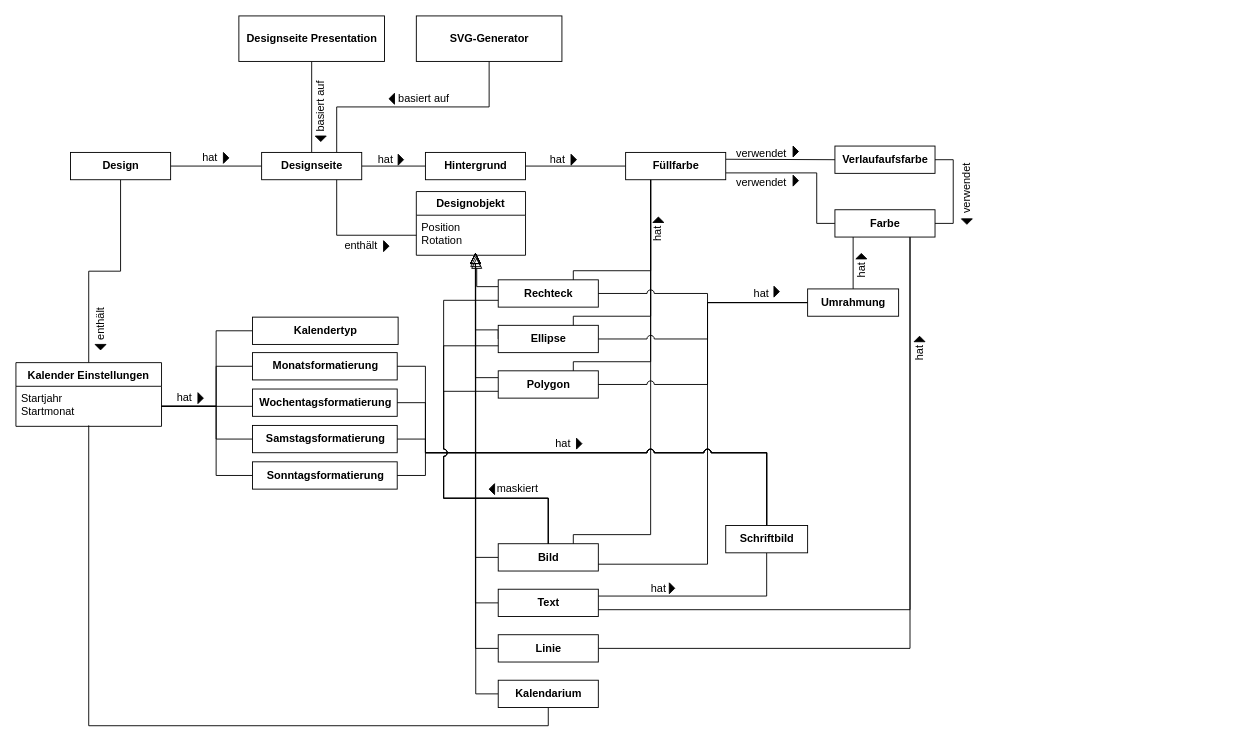
The draw.io diagram page "Design" (2 of 5) of Arbeit/diagrams/Soll-Architektur/DomainModel.drawio in albreax/Diplomarbeit, before the edit. Source tidied: cells renumbered, new cells numbered last; positions are measured from the earlier drawing's top-left corner, leaving out a move shared by most shapes. Both pictures are drawn from the tidied source at 91%, with x=0, y=0 at pixel (15, 15).
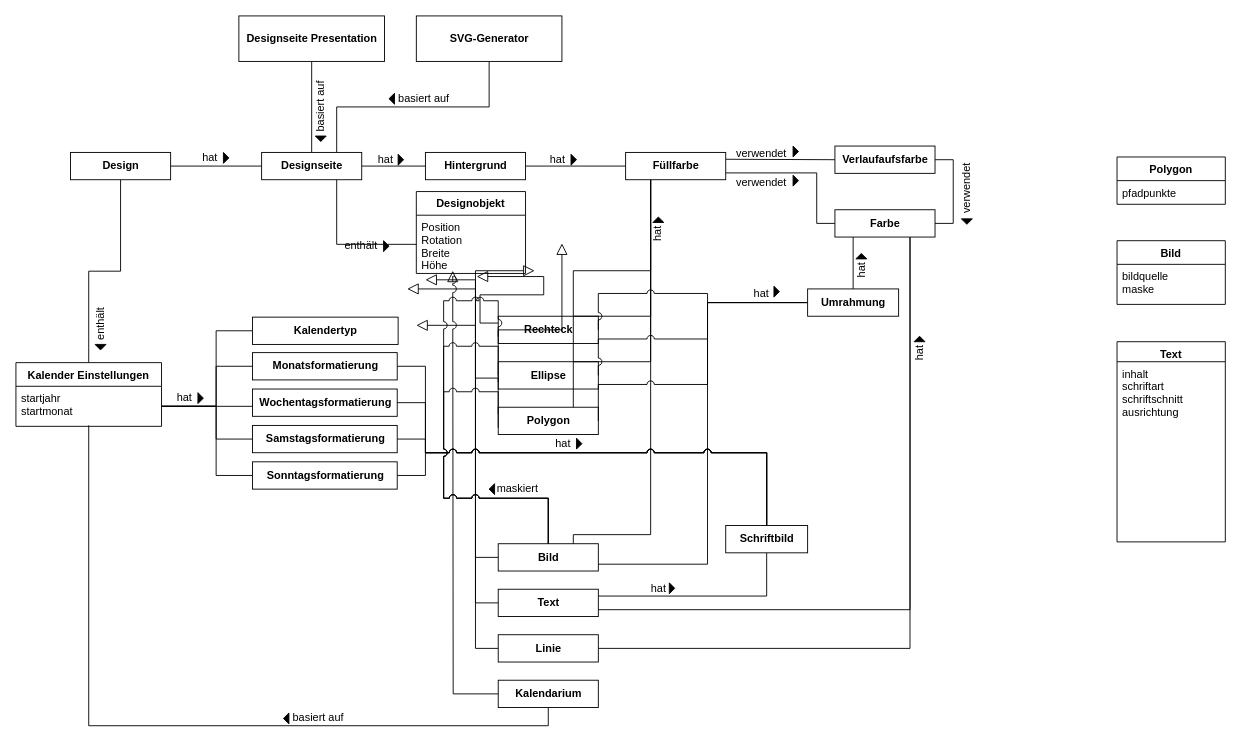
Above is the later version.

Unchanged cells that the change refers to:
```xml
<mxCell id="26" value="&lt;span&gt;Linie&lt;/span&gt;" style="html=1;fontStyle=1;" parent="1" vertex="1">
  <mxGeometry x="530" y="680" width="110" height="30" as="geometry" />
</mxCell>
<mxCell id="31" value="Text" style="html=1;fontStyle=1;" parent="1" vertex="1">
  <mxGeometry x="530" y="630" width="110" height="30" as="geometry" />
</mxCell>
<mxCell id="33" value="Bild" style="html=1;fontStyle=1;" parent="1" vertex="1">
  <mxGeometry x="530" y="580" width="110" height="30" as="geometry" />
</mxCell>
<mxCell id="70" value="&lt;span&gt;Kalendarium&lt;/span&gt;" style="html=1;fontStyle=1;" parent="1" vertex="1">
  <mxGeometry x="530" y="730" width="110" height="30" as="geometry" />
</mxCell>
<mxCell id="71" value="Kalender Einstellungen" style="swimlane;fontStyle=1;align=center;verticalAlign=top;horizontal=1;startSize=26;" parent="1" vertex="1">
  <mxGeometry y="381" width="160" height="70" as="geometry" />
</mxCell>
```

The edit, as a diff of the source:
```diff
@@
     <mxCell id="22" value="&lt;b&gt;Rechteck&lt;/b&gt;" style="html=1;" parent="1" vertex="1">
-      <mxGeometry x="530" y="290" width="110" height="30" as="geometry" />
+      <mxGeometry x="530" y="330" width="110" height="30" as="geometry" />
     </mxCell>
-    <mxCell id="23" style="edgeStyle=orthogonalEdgeStyle;rounded=0;jettySize=auto;html=1;exitX=0;exitY=0.5;exitDx=0;exitDy=0;entryX=0.5;entryY=1;entryDx=0;entryDy=0;startArrow=none;startFill=0;endArrow=block;endFill=0;endSize=10;" parent="1" edge="1" source="24">
+    <mxCell id="23" style="edgeStyle=orthogonalEdgeStyle;rounded=0;jettySize=auto;html=1;exitX=0;exitY=0.5;exitDx=0;exitDy=0;startArrow=none;startFill=0;endArrow=block;endFill=0;endSize=10;" parent="1" edge="1" source="24">
       <mxGeometry relative="1" as="geometry">
-        <mxPoint x="505" y="260" as="targetPoint" />
+        <mxPoint x="600" y="250" as="targetPoint" />
         <Array as="points">
-          <mxPoint x="505" y="345" />
+          <mxPoint x="530" y="345" />
+          <mxPoint x="600" y="345" />
         </Array>
       </mxGeometry>
     </mxCell>
     <mxCell id="24" value="&lt;b&gt;Ellipse&lt;/b&gt;" style="html=1;" parent="1" vertex="1">
-      <mxGeometry x="530" y="340" width="110" height="30" as="geometry" />
+      <mxGeometry x="530" y="380" width="110" height="30" as="geometry" />
     </mxCell>
-    <mxCell id="25" style="edgeStyle=orthogonalEdgeStyle;rounded=0;jettySize=auto;html=1;exitX=0;exitY=0.5;exitDx=0;exitDy=0;entryX=0.5;entryY=1;entryDx=0;entryDy=0;startArrow=none;startFill=0;endArrow=block;endFill=0;endSize=10;" parent="1" edge="1" source="26">
+    <mxCell id="25" style="edgeStyle=orthogonalEdgeStyle;rounded=0;jettySize=auto;html=1;exitX=0;exitY=0.5;exitDx=0;exitDy=0;startArrow=none;startFill=0;endArrow=block;endFill=0;endSize=10;" parent="1" edge="1" source="26">
       <mxGeometry relative="1" as="geometry">
-        <mxPoint x="505" y="260" as="targetPoint" />
+        <mxPoint x="440" y="340" as="targetPoint" />
         <Array as="points">
           <mxPoint x="505" y="695" />
         </Array>
       </mxGeometry>
     </mxCell>
@@
-    <mxCell id="27" style="edgeStyle=orthogonalEdgeStyle;rounded=0;jettySize=auto;html=1;exitX=0;exitY=0.25;exitDx=0;exitDy=0;entryX=0.5;entryY=1;entryDx=0;entryDy=0;startArrow=none;startFill=0;endArrow=block;endFill=0;endSize=10;" parent="1" edge="1" source="28">
+    <mxCell id="27" style="edgeStyle=orthogonalEdgeStyle;rounded=0;jettySize=auto;html=1;exitX=0;exitY=0.25;exitDx=0;exitDy=0;startArrow=none;startFill=0;endArrow=block;endFill=0;endSize=10;" parent="1" edge="1" source="28">
       <mxGeometry relative="1" as="geometry">
-        <mxPoint x="505" y="260" as="targetPoint" />
+        <mxPoint x="570" y="280" as="targetPoint" />
         <Array as="points">
           <mxPoint x="505" y="398" />
         </Array>
       </mxGeometry>
     </mxCell>
     <mxCell id="28" value="Polygon" style="html=1;fontStyle=1;" parent="1" vertex="1">
-      <mxGeometry x="530" y="390" width="110" height="30" as="geometry" />
+      <mxGeometry x="530" y="430" width="110" height="30" as="geometry" />
     </mxCell>
-    <mxCell id="29" style="edgeStyle=orthogonalEdgeStyle;rounded=0;jettySize=auto;html=1;exitX=0;exitY=0.5;exitDx=0;exitDy=0;entryX=0.5;entryY=1;entryDx=0;entryDy=0;startArrow=none;startFill=0;endArrow=block;endFill=0;endSize=10;" parent="1" edge="1" source="31">
+    <mxCell id="29" style="edgeStyle=orthogonalEdgeStyle;rounded=0;jettySize=auto;html=1;exitX=0;exitY=0.5;exitDx=0;exitDy=0;startArrow=none;startFill=0;endArrow=block;endFill=0;endSize=10;" parent="1" edge="1" source="31">
       <mxGeometry relative="1" as="geometry">
-        <mxPoint x="505" y="260" as="targetPoint" />
+        <mxPoint x="450" y="290" as="targetPoint" />
         <Array as="points">
           <mxPoint x="505" y="645" />
         </Array>
       </mxGeometry>
     </mxCell>
@@
-    <mxCell id="32" style="edgeStyle=orthogonalEdgeStyle;rounded=0;jettySize=auto;html=1;exitX=0;exitY=0.5;exitDx=0;exitDy=0;entryX=0.5;entryY=1;entryDx=0;entryDy=0;startArrow=none;startFill=0;endArrow=block;endFill=0;endSize=10;" parent="1" edge="1" source="33">
+    <mxCell id="32" style="edgeStyle=orthogonalEdgeStyle;rounded=0;jettySize=auto;html=1;exitX=0;exitY=0.5;exitDx=0;exitDy=0;startArrow=none;startFill=0;endArrow=block;endFill=0;endSize=10;" parent="1" edge="1" source="33">
       <mxGeometry relative="1" as="geometry">
-        <mxPoint x="505" y="260" as="targetPoint" />
+        <mxPoint x="430" y="300" as="targetPoint" />
         <Array as="points">
           <mxPoint x="505" y="595" />
         </Array>
       </mxGeometry>
     </mxCell>
@@
-    <mxCell id="68" style="edgeStyle=orthogonalEdgeStyle;rounded=0;jumpStyle=arc;jumpSize=8;jettySize=auto;html=1;exitX=0;exitY=0.5;exitDx=0;exitDy=0;entryX=0.544;entryY=1.008;entryDx=0;entryDy=0;startArrow=none;startFill=0;endArrow=block;endFill=0;endSize=10;entryPerimeter=0;" parent="1" edge="1" source="70" target="105">
-      <mxGeometry relative="1" as="geometry" />
+    <mxCell id="68" style="edgeStyle=orthogonalEdgeStyle;rounded=0;jumpStyle=arc;jumpSize=8;jettySize=auto;html=1;exitX=0;exitY=0.5;exitDx=0;exitDy=0;startArrow=none;startFill=0;endArrow=block;endFill=0;endSize=10;" parent="1" edge="1" source="70">
+      <mxGeometry relative="1" as="geometry">
+        <mxPoint x="480" y="280" as="targetPoint" />
+      </mxGeometry>
     </mxCell>
@@
-    <mxCell id="72" value="Startjahr&#10;Startmonat" style="text;strokeColor=none;fillColor=none;align=left;verticalAlign=top;spacingLeft=4;spacingRight=4;overflow=hidden;points=[[0,0.5],[1,0.5]];portConstraint=eastwest;" parent="71" vertex="1">
+    <mxCell id="72" value="startjahr&#10;startmonat" style="text;strokeColor=none;fillColor=none;align=left;verticalAlign=top;spacingLeft=4;spacingRight=4;overflow=hidden;points=[[0,0.5],[1,0.5]];portConstraint=eastwest;" parent="71" vertex="1">
       <mxGeometry y="26" width="160" height="44" as="geometry" />
     </mxCell>
@@
     <mxCell id="104" value="Designobjekt" style="swimlane;fontStyle=1;align=center;verticalAlign=top;horizontal=1;startSize=26;" parent="1" vertex="1">
-      <mxGeometry x="440" y="193" width="120" height="70" as="geometry" />
+      <mxGeometry x="440" y="193" width="120" height="90" as="geometry" />
     </mxCell>
-    <mxCell id="105" value="Position&#10;Rotation" style="text;strokeColor=none;fillColor=none;align=left;verticalAlign=top;spacingLeft=4;spacingRight=4;overflow=hidden;points=[[0,0.5],[1,0.5]];portConstraint=eastwest;" parent="104" vertex="1">
-      <mxGeometry y="26" width="120" height="44" as="geometry" />
+    <mxCell id="105" value="Position&#10;Rotation&#10;Breite&#10;Höhe" style="text;strokeColor=none;fillColor=none;align=left;verticalAlign=top;spacingLeft=4;spacingRight=4;overflow=hidden;points=[[0,0.5],[1,0.5]];portConstraint=eastwest;" parent="104" vertex="1">
+      <mxGeometry y="26" width="120" height="64" as="geometry" />
     </mxCell>
+    <mxCell id="106" style="triangle;fillColor=#000000;rotation=-180;" parent="1" vertex="1">
+      <mxGeometry x="294" y="766" width="6" height="12" as="geometry" />
+    </mxCell>
+    <mxCell id="107" value="basiert auf" style="text;html=1;align=center;verticalAlign=middle;strokeColor=none;" parent="1" vertex="1">
+      <mxGeometry x="297" y="761" width="70" height="20" as="geometry" />
+    </mxCell>
+    <mxCell id="108" value="Polygon" style="swimlane;fontStyle=1;align=center;verticalAlign=top;horizontal=1;startSize=26;" parent="1" vertex="1">
+      <mxGeometry x="1210" y="155" width="119" height="52" as="geometry" />
+    </mxCell>
+    <mxCell id="109" value="pfadpunkte" style="text;strokeColor=none;fillColor=none;align=left;verticalAlign=top;spacingLeft=4;spacingRight=4;overflow=hidden;" parent="108" vertex="1">
+      <mxGeometry y="26" width="119" height="26" as="geometry" />
+    </mxCell>
+    <mxCell id="110" value="Bild" style="swimlane;fontStyle=1;align=center;verticalAlign=top;horizontal=1;startSize=26;" parent="1" vertex="1">
+      <mxGeometry x="1210" y="247" width="119" height="70" as="geometry" />
+    </mxCell>
+    <mxCell id="111" value="bildquelle&#10;maske" style="text;strokeColor=none;fillColor=none;align=left;verticalAlign=top;spacingLeft=4;spacingRight=4;overflow=hidden;" parent="110" vertex="1">
+      <mxGeometry y="26" width="119" height="44" as="geometry" />
+    </mxCell>
+    <mxCell id="112" value="Text" style="swimlane;fontStyle=1;align=center;verticalAlign=top;horizontal=1;startSize=22;" parent="1" vertex="1">
+      <mxGeometry x="1210" y="358" width="119" height="220" as="geometry" />
+    </mxCell>
+    <mxCell id="113" value="inhalt&#10;schriftart&#10;schriftschnitt&#10;ausrichtung" style="text;strokeColor=none;fillColor=none;align=left;verticalAlign=top;spacingLeft=4;spacingRight=4;overflow=hidden;" parent="112" vertex="1">
+      <mxGeometry y="22" width="119" height="198" as="geometry" />
+    </mxCell>
```
